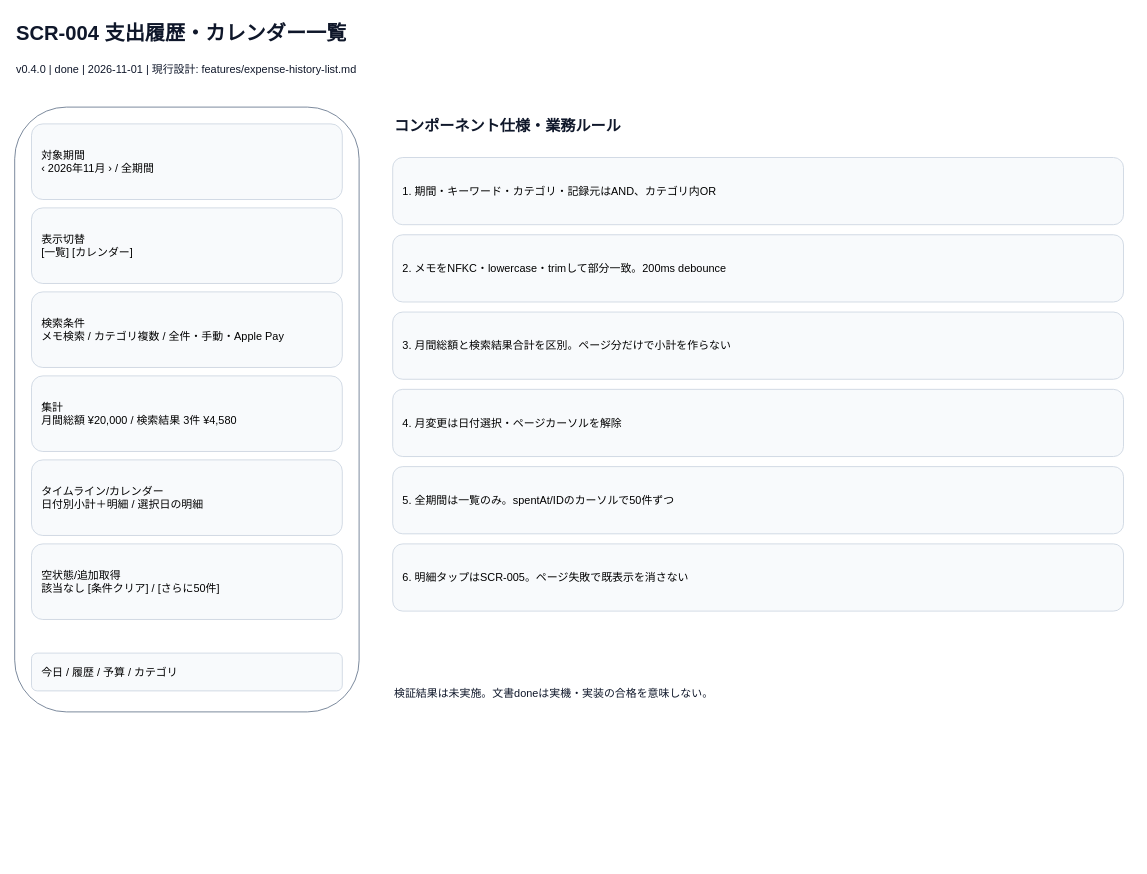
This is page "支出履歴・カレンダー一覧" (4 of 8) of docs/spec/screens.drawio from tombee-studio/self-management-app, a draw.io file, before an edit. Source tidied: cells renumbered, new cells numbered last; positions are measured from the earlier drawing's top-left corner, leaving out a move shared by most shapes. Both pictures are drawn from the tidied source at 84%, with x=0, y=0 at pixel (14, 14).
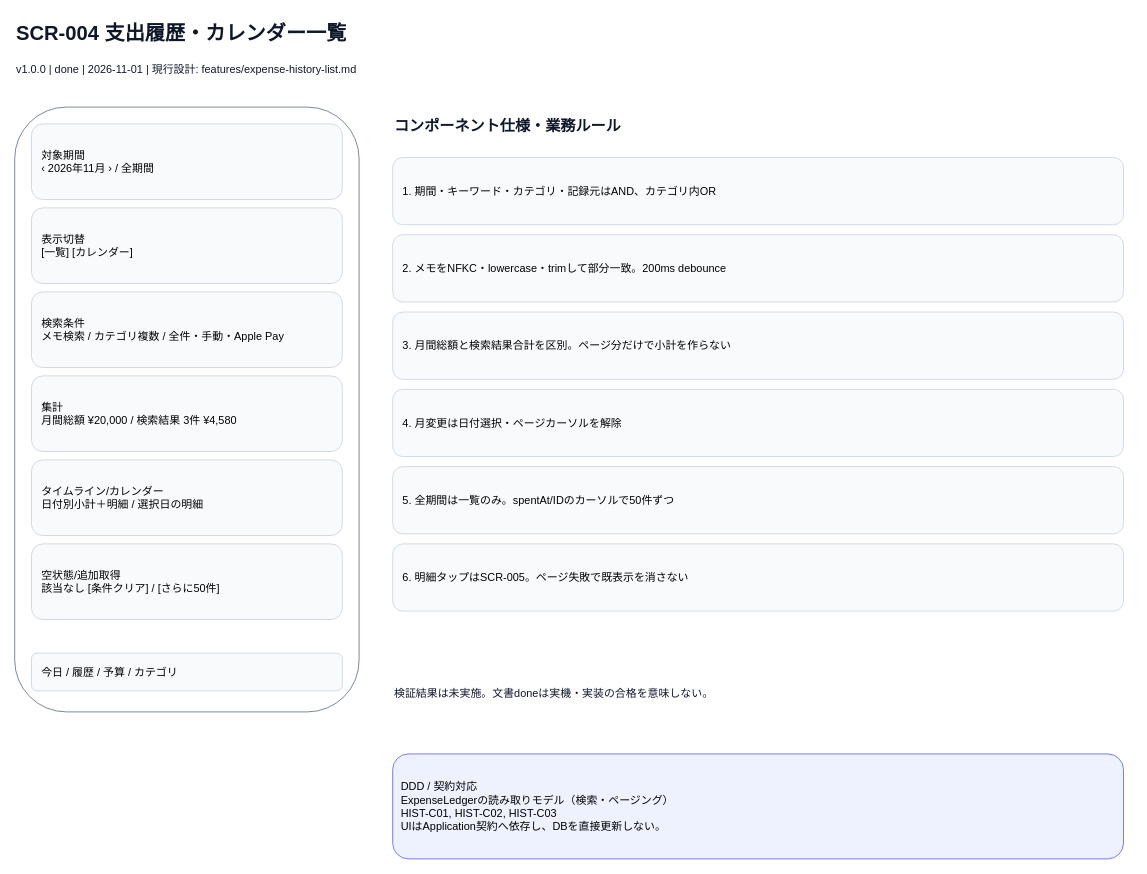
The same page after the edit.

The edit, as a diff of the source:
```diff
@@
-    <mxCell id="3" value="v0.4.0 | done | 2026-11-01 | 現行設計: features/expense-history-list.md" style="text;html=0;align=left;verticalAlign=middle;whiteSpace=wrap;overflow=hidden;fontSize=13;fontColor=#0F172A;" parent="1" vertex="1">
+    <mxCell id="3" value="v1.0.0 | done | 2026-11-01 | 現行設計: features/expense-history-list.md" style="text;html=0;align=left;verticalAlign=middle;whiteSpace=wrap;overflow=hidden;fontSize=13;fontColor=#0F172A;" parent="1" vertex="1">
       <mxGeometry y="50" width="1300" height="30" as="geometry" />
     </mxCell>
@@
+    <mxCell id="20" value="DDD / 契約対応&#10;ExpenseLedgerの読み取りモデル（検索・ページング）&#10;HIST-C01, HIST-C02, HIST-C03&#10;UIはApplication契約へ依存し、DBを直接更新しない。" style="rounded=1;whiteSpace=wrap;html=0;fillColor=#EEF2FF;strokeColor=#6366F1;align=left;spacing=10;fontSize=13;" parent="1" vertex="1">
+      <mxGeometry x="450" y="880" width="870" height="125" as="geometry" />
+    </mxCell>
```
